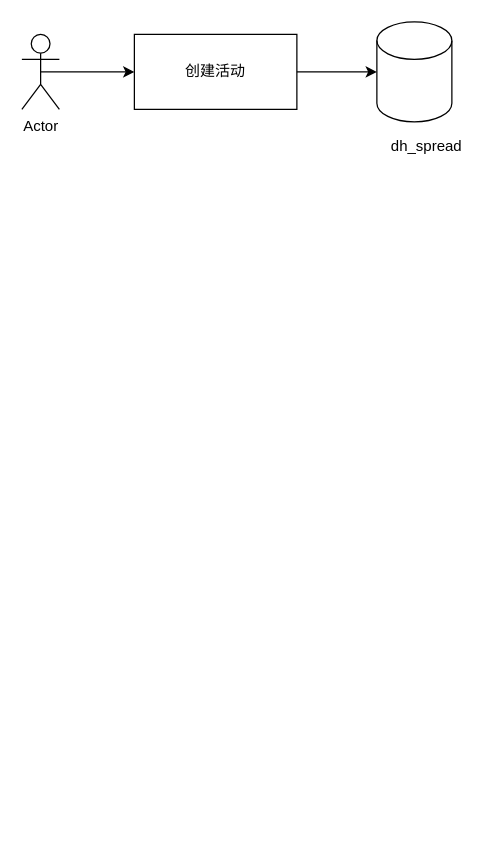
crazingforlove/learngit keeps this draw.io diagram as Untitled Diagram.drawio. Above is the earlier version. Source tidied: cells renumbered, new cells numbered last; positions are measured from the earlier drawing's top-left corner, leaving out a move shared by most shapes. Both pictures are drawn from the tidied source at 125%, with x=0, y=0 at pixel (21, 21).
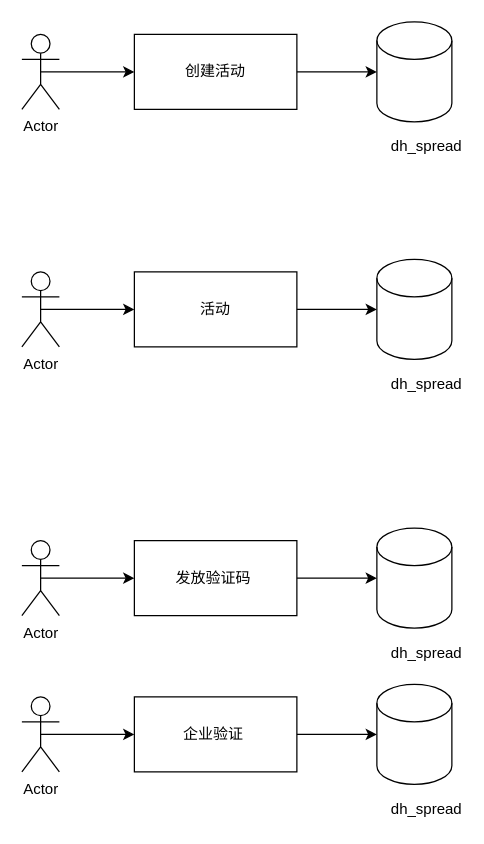
After the change.

Change to the diagram source:
```diff
@@
+    <mxCell id="8" value="Actor" style="shape=umlActor;verticalLabelPosition=bottom;verticalAlign=top;html=1;outlineConnect=0;" parent="1" vertex="1">
+      <mxGeometry y="200" width="30" height="60" as="geometry" />
+    </mxCell>
+    <mxCell id="9" value="活动" style="rounded=0;whiteSpace=wrap;html=1;" parent="1" vertex="1">
+      <mxGeometry x="90" y="200" width="130" height="60" as="geometry" />
+    </mxCell>
+    <mxCell id="10" style="shape=cylinder3;whiteSpace=wrap;html=1;boundedLbl=1;backgroundOutline=1;size=15;" parent="1" vertex="1">
+      <mxGeometry x="284" y="190" width="60" height="80" as="geometry" />
+    </mxCell>
+    <mxCell id="11" style="endArrow=classic;html=1;exitX=0.5;exitY=0.5;exitDx=0;exitDy=0;exitPerimeter=0;entryX=0;entryY=0.5;entryDx=0;entryDy=0;" parent="1" edge="1" source="8" target="9">
+      <mxGeometry relative="1" as="geometry" />
+    </mxCell>
+    <mxCell id="12" style="endArrow=classic;html=1;exitX=1;exitY=0.5;exitDx=0;exitDy=0;" parent="1" edge="1" source="9" target="10">
+      <mxGeometry relative="1" as="geometry">
+        <Array as="points">
+          <mxPoint x="240" y="230" />
+        </Array>
+      </mxGeometry>
+    </mxCell>
+    <mxCell id="13" value="dh_spread" style="text;html=1;strokeColor=none;fillColor=none;align=center;verticalAlign=middle;whiteSpace=wrap;rounded=0;" parent="1" vertex="1">
+      <mxGeometry x="304" y="280" width="40" height="20" as="geometry" />
+    </mxCell>
+    <mxCell id="14" value="Actor" style="shape=umlActor;verticalLabelPosition=bottom;verticalAlign=top;html=1;outlineConnect=0;" parent="1" vertex="1">
+      <mxGeometry y="415" width="30" height="60" as="geometry" />
+    </mxCell>
+    <mxCell id="15" value="发放验证码&amp;nbsp;" style="rounded=0;whiteSpace=wrap;html=1;" parent="1" vertex="1">
+      <mxGeometry x="90" y="415" width="130" height="60" as="geometry" />
+    </mxCell>
+    <mxCell id="16" style="shape=cylinder3;whiteSpace=wrap;html=1;boundedLbl=1;backgroundOutline=1;size=15;" parent="1" vertex="1">
+      <mxGeometry x="284" y="405" width="60" height="80" as="geometry" />
+    </mxCell>
+    <mxCell id="17" style="endArrow=classic;html=1;exitX=0.5;exitY=0.5;exitDx=0;exitDy=0;exitPerimeter=0;entryX=0;entryY=0.5;entryDx=0;entryDy=0;" parent="1" edge="1" source="14" target="15">
+      <mxGeometry relative="1" as="geometry" />
+    </mxCell>
+    <mxCell id="18" style="endArrow=classic;html=1;exitX=1;exitY=0.5;exitDx=0;exitDy=0;" parent="1" edge="1" source="15" target="16">
+      <mxGeometry relative="1" as="geometry">
+        <Array as="points">
+          <mxPoint x="240" y="445" />
+        </Array>
+      </mxGeometry>
+    </mxCell>
+    <mxCell id="19" value="dh_spread" style="text;html=1;strokeColor=none;fillColor=none;align=center;verticalAlign=middle;whiteSpace=wrap;rounded=0;" parent="1" vertex="1">
+      <mxGeometry x="304" y="495" width="40" height="20" as="geometry" />
+    </mxCell>
+    <mxCell id="20" value="Actor" style="shape=umlActor;verticalLabelPosition=bottom;verticalAlign=top;html=1;outlineConnect=0;" parent="1" vertex="1">
+      <mxGeometry y="540" width="30" height="60" as="geometry" />
+    </mxCell>
+    <mxCell id="21" value="企业验证&amp;nbsp;" style="rounded=0;whiteSpace=wrap;html=1;" parent="1" vertex="1">
+      <mxGeometry x="90" y="540" width="130" height="60" as="geometry" />
+    </mxCell>
+    <mxCell id="22" style="shape=cylinder3;whiteSpace=wrap;html=1;boundedLbl=1;backgroundOutline=1;size=15;" parent="1" vertex="1">
+      <mxGeometry x="284" y="530" width="60" height="80" as="geometry" />
+    </mxCell>
+    <mxCell id="23" style="endArrow=classic;html=1;exitX=0.5;exitY=0.5;exitDx=0;exitDy=0;exitPerimeter=0;entryX=0;entryY=0.5;entryDx=0;entryDy=0;" parent="1" edge="1" source="20" target="21">
+      <mxGeometry relative="1" as="geometry" />
+    </mxCell>
+    <mxCell id="24" style="endArrow=classic;html=1;exitX=1;exitY=0.5;exitDx=0;exitDy=0;" parent="1" edge="1" source="21" target="22">
+      <mxGeometry relative="1" as="geometry">
+        <Array as="points">
+          <mxPoint x="240" y="570" />
+        </Array>
+      </mxGeometry>
+    </mxCell>
+    <mxCell id="25" value="dh_spread" style="text;html=1;strokeColor=none;fillColor=none;align=center;verticalAlign=middle;whiteSpace=wrap;rounded=0;" parent="1" vertex="1">
+      <mxGeometry x="304" y="620" width="40" height="20" as="geometry" />
+    </mxCell>
```
